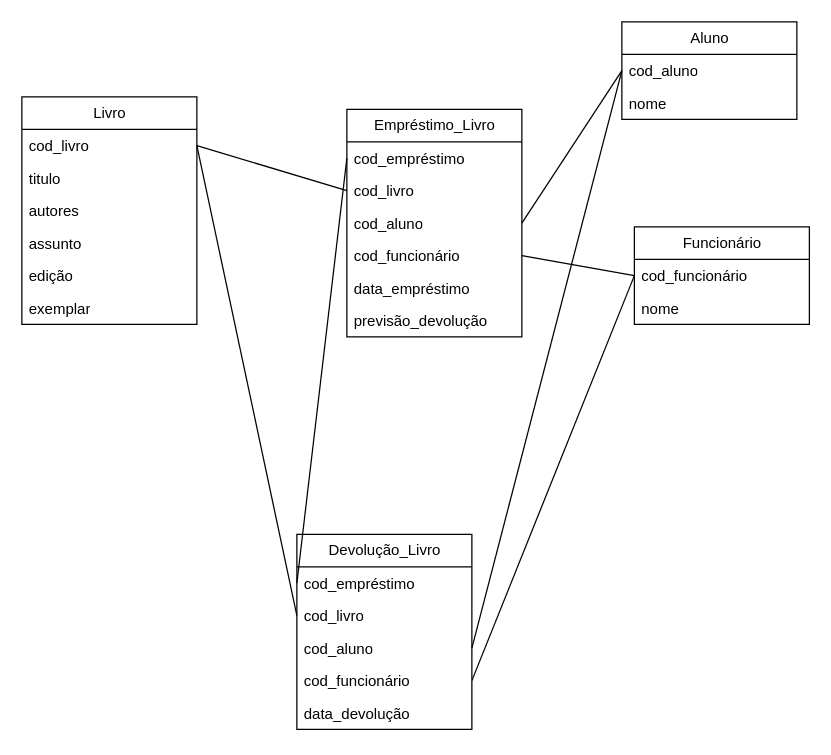
The draw.io diagram Sistema de Biblioteca.drawio in jennifergomes/BD, before the edit. Source tidied: cells renumbered, new cells numbered last; positions are measured from the earlier drawing's top-left corner, leaving out a move shared by most shapes. Both pictures are drawn from the tidied source at 125%, with x=0, y=0 at pixel (21, 21).
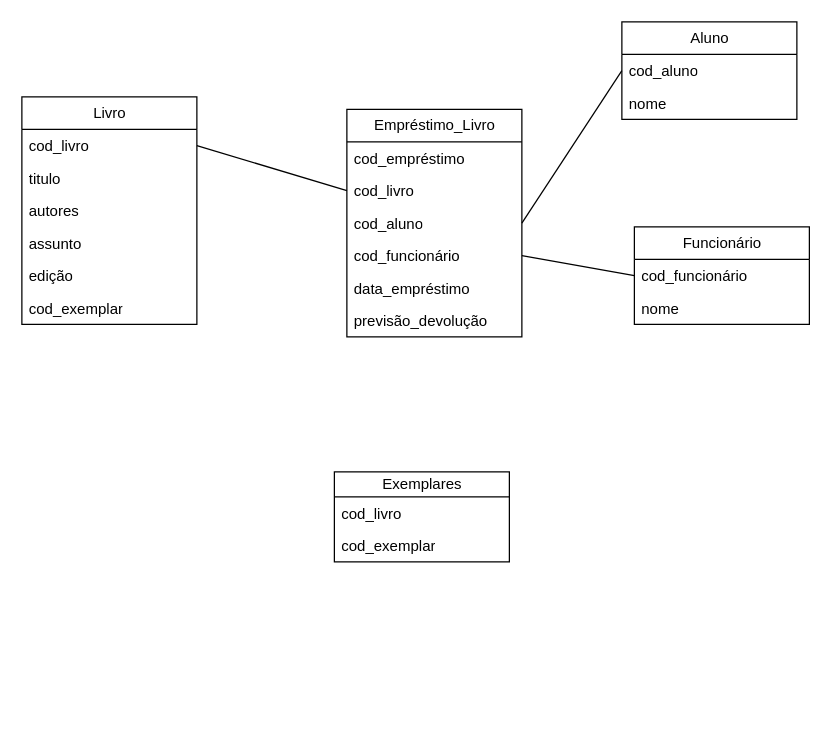
The same page after the edit.

Unchanged cells that the change refers to:
```xml
<mxCell id="3" value="cod_funcionário" style="text;strokeColor=none;fillColor=none;align=left;verticalAlign=top;spacingLeft=4;spacingRight=4;overflow=hidden;points=[[0,0.5],[1,0.5]];portConstraint=eastwest;whiteSpace=wrap;html=1;" parent="2" vertex="1">
  <mxGeometry y="26" width="140" height="26" as="geometry" />
</mxCell>
<mxCell id="6" value="cod_aluno" style="text;strokeColor=none;fillColor=none;align=left;verticalAlign=top;spacingLeft=4;spacingRight=4;overflow=hidden;points=[[0,0.5],[1,0.5]];portConstraint=eastwest;whiteSpace=wrap;html=1;" parent="5" vertex="1">
  <mxGeometry y="26" width="140" height="26" as="geometry" />
</mxCell>
<mxCell id="8" value="Livro" style="swimlane;fontStyle=0;horizontal=1;startSize=26;fillColor=none;html=1;" parent="1" vertex="1">
  <mxGeometry y="60" width="140" height="182" as="geometry" />
</mxCell>
<mxCell id="9" value="cod_livro" style="text;strokeColor=none;fillColor=none;align=left;verticalAlign=top;spacingLeft=4;spacingRight=4;overflow=hidden;points=[[0,0.5],[1,0.5]];portConstraint=eastwest;whiteSpace=wrap;html=1;" parent="8" vertex="1">
  <mxGeometry y="26" width="140" height="26" as="geometry" />
</mxCell>
<mxCell id="16" value="cod_empréstimo" style="text;strokeColor=none;fillColor=none;align=left;verticalAlign=top;spacingLeft=4;spacingRight=4;overflow=hidden;points=[[0,0.5],[1,0.5]];portConstraint=eastwest;whiteSpace=wrap;html=1;" parent="15" vertex="1">
  <mxGeometry y="26" width="140" height="26" as="geometry" />
</mxCell>
```

The edit, as a diff of the source:
```diff
@@
-    <mxCell id="14" value="exemplar" style="text;strokeColor=none;fillColor=none;align=left;verticalAlign=top;spacingLeft=4;spacingRight=4;overflow=hidden;whiteSpace=wrap;html=1;" parent="8" vertex="1">
+    <mxCell id="14" value="cod_exemplar" style="text;strokeColor=none;fillColor=none;align=left;verticalAlign=top;spacingLeft=4;spacingRight=4;overflow=hidden;whiteSpace=wrap;html=1;" parent="8" vertex="1">
       <mxGeometry y="156" width="140" height="26" as="geometry" />
     </mxCell>
@@
-    <mxCell id="25" value="Devolução_Livro" style="swimlane;fontStyle=0;horizontal=1;startSize=26;fillColor=none;html=1;" parent="1" vertex="1">
-      <mxGeometry x="220" y="410" width="140" height="156" as="geometry" />
+    <mxCell id="25" value="Exemplares" style="swimlane;fontStyle=0;horizontal=1;startSize=20;fillColor=none;html=1;" parent="1" vertex="1">
+      <mxGeometry x="250" y="360" width="140" height="72" as="geometry" />
     </mxCell>
-    <mxCell id="26" value="cod_empréstimo" style="text;strokeColor=none;fillColor=none;align=left;verticalAlign=top;spacingLeft=4;spacingRight=4;overflow=hidden;points=[[0,0.5],[1,0.5]];portConstraint=eastwest;whiteSpace=wrap;html=1;" parent="25" vertex="1">
-      <mxGeometry y="26" width="140" height="26" as="geometry" />
+    <mxCell id="26" value="cod_livro" style="text;strokeColor=none;fillColor=none;align=left;verticalAlign=top;spacingLeft=4;spacingRight=4;overflow=hidden;points=[[0,0.5],[1,0.5]];portConstraint=eastwest;whiteSpace=wrap;html=1;" parent="25" vertex="1">
+      <mxGeometry y="20" width="140" height="26" as="geometry" />
     </mxCell>
-    <mxCell id="27" value="cod_livro" style="text;strokeColor=none;fillColor=none;align=left;verticalAlign=top;spacingLeft=4;spacingRight=4;overflow=hidden;points=[[0,0.5],[1,0.5]];portConstraint=eastwest;whiteSpace=wrap;html=1;" parent="25" vertex="1">
-      <mxGeometry y="52" width="140" height="26" as="geometry" />
-    </mxCell>
-    <mxCell id="28" value="cod_aluno" style="text;strokeColor=none;fillColor=none;align=left;verticalAlign=top;spacingLeft=4;spacingRight=4;overflow=hidden;points=[[0,0.5],[1,0.5]];portConstraint=eastwest;whiteSpace=wrap;html=1;" parent="25" vertex="1">
-      <mxGeometry y="78" width="140" height="26" as="geometry" />
+    <mxCell id="28" value="cod_exemplar" style="text;strokeColor=none;fillColor=none;align=left;verticalAlign=top;spacingLeft=4;spacingRight=4;overflow=hidden;points=[[0,0.5],[1,0.5]];portConstraint=eastwest;whiteSpace=wrap;html=1;" parent="25" vertex="1">
+      <mxGeometry y="46" width="140" height="26" as="geometry" />
     </mxCell>
-    <mxCell id="29" value="cod_funcionário" style="text;strokeColor=none;fillColor=none;align=left;verticalAlign=top;spacingLeft=4;spacingRight=4;overflow=hidden;points=[[0,0.5],[1,0.5]];portConstraint=eastwest;whiteSpace=wrap;html=1;" parent="25" vertex="1">
-      <mxGeometry y="104" width="140" height="26" as="geometry" />
-    </mxCell>
-    <mxCell id="30" value="data_devolução" style="text;strokeColor=none;fillColor=none;align=left;verticalAlign=top;spacingLeft=4;spacingRight=4;overflow=hidden;whiteSpace=wrap;html=1;" parent="25" vertex="1">
-      <mxGeometry y="130" width="140" height="26" as="geometry" />
-    </mxCell>
-    <mxCell id="31" style="endArrow=none;html=1;rounded=0;entryX=0;entryY=0.5;entryDx=0;entryDy=0;exitX=1;exitY=0.5;exitDx=0;exitDy=0;" parent="1" edge="1" source="9" target="27">
-      <mxGeometry relative="1" as="geometry" />
-    </mxCell>
-    <mxCell id="32" style="endArrow=none;html=1;rounded=0;exitX=1;exitY=0.5;exitDx=0;exitDy=0;entryX=0;entryY=0.5;entryDx=0;entryDy=0;" parent="1" edge="1" source="28" target="6">
-      <mxGeometry relative="1" as="geometry" />
-    </mxCell>
-    <mxCell id="33" style="endArrow=none;html=1;rounded=0;exitX=1;exitY=0.5;exitDx=0;exitDy=0;entryX=0;entryY=0.5;entryDx=0;entryDy=0;" parent="1" edge="1" source="29" target="3">
-      <mxGeometry relative="1" as="geometry" />
-    </mxCell>
-    <mxCell id="34" style="endArrow=none;html=1;rounded=0;entryX=0;entryY=0.5;entryDx=0;entryDy=0;exitX=0;exitY=0.5;exitDx=0;exitDy=0;" parent="1" edge="1" source="26" target="16">
-      <mxGeometry relative="1" as="geometry" />
-    </mxCell>
```
